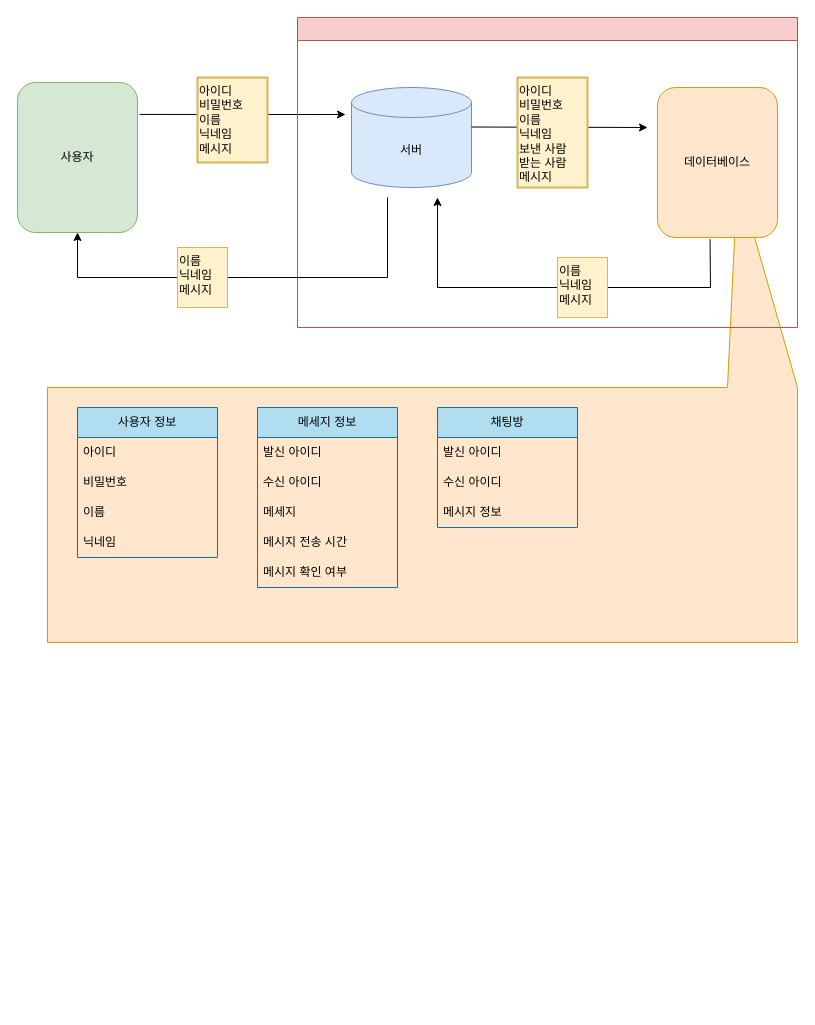
Earlier version of the draw.io diagram 채팅 다이어그램.drawio (jh051777/chat). Source tidied: cells renumbered, new cells numbered last; positions are measured from the earlier drawing's top-left corner, leaving out a move shared by most shapes. Both pictures are drawn from the tidied source at 100%, with x=0, y=0 at pixel (17, 17).
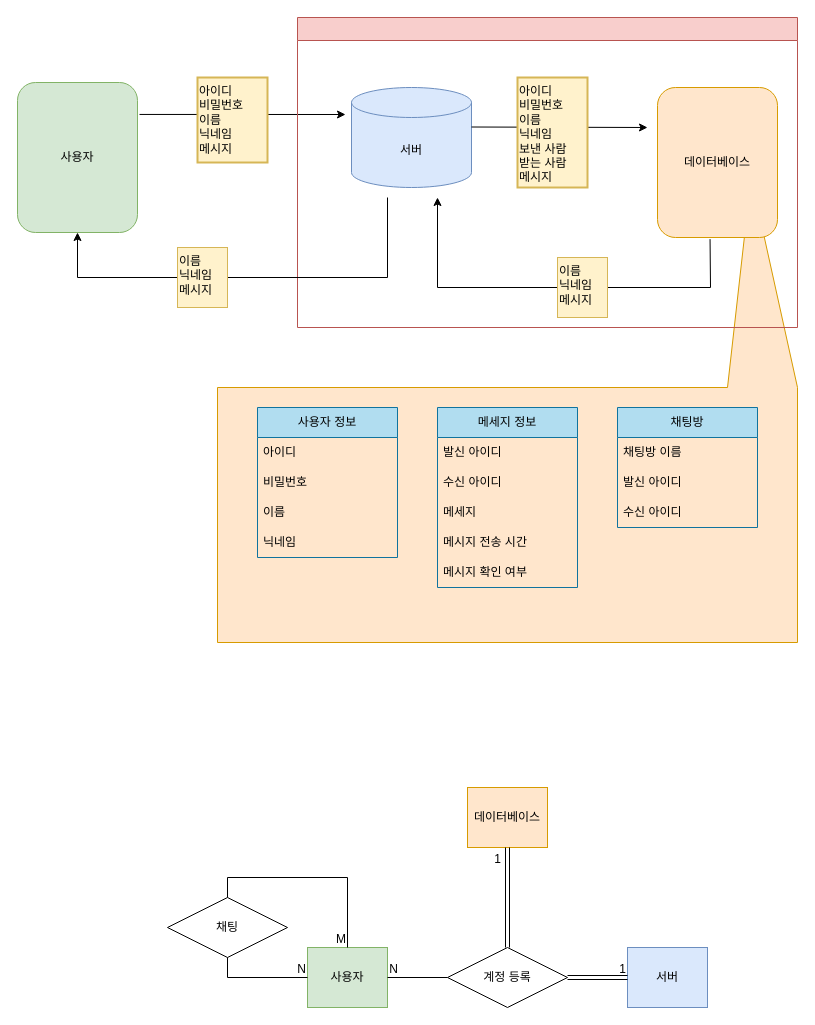
After the change.

Commit message:
채팅 다이어그램.drawio 업데이트

The edit, as a diff of the source:
```diff
@@
     <mxCell id="3" style="shape=callout;whiteSpace=wrap;html=1;perimeter=calloutPerimeter;direction=west;position2=0.08;size=210;position=0;fillColor=#ffe6cc;base=70;strokeColor=#d79b00;" parent="1" vertex="1">
-      <mxGeometry x="30" y="160" width="750" height="465" as="geometry" />
+      <mxGeometry x="200" y="160" width="580" height="465" as="geometry" />
     </mxCell>
@@
     <mxCell id="14" value="사용자 정보" style="swimlane;fontStyle=0;horizontal=1;startSize=30;whiteSpace=wrap;html=1;fillColor=#b1ddf0;strokeColor=#10739e;" parent="1" vertex="1">
-      <mxGeometry x="60" y="390" width="140" height="150" as="geometry" />
+      <mxGeometry x="240" y="390" width="140" height="150" as="geometry" />
     </mxCell>
@@
     <mxCell id="19" value="메세지 정보" style="swimlane;fontStyle=0;horizontal=1;startSize=30;whiteSpace=wrap;html=1;fillColor=#b1ddf0;strokeColor=#10739e;" parent="1" vertex="1">
-      <mxGeometry x="240" y="390" width="140" height="180" as="geometry" />
+      <mxGeometry x="420" y="390" width="140" height="180" as="geometry" />
     </mxCell>
@@
     <mxCell id="25" value="채팅방" style="swimlane;fontStyle=0;horizontal=1;startSize=30;whiteSpace=wrap;html=1;fillColor=#b1ddf0;strokeColor=#10739e;" parent="1" vertex="1">
-      <mxGeometry x="420" y="390" width="140" height="120" as="geometry" />
+      <mxGeometry x="600" y="390" width="140" height="120" as="geometry" />
     </mxCell>
+    <mxCell id="28" value="채팅방 이름" style="text;strokeColor=none;fillColor=none;align=left;verticalAlign=middle;spacingLeft=4;spacingRight=4;overflow=hidden;whiteSpace=wrap;html=1;" parent="25" vertex="1">
+      <mxGeometry y="30" width="140" height="30" as="geometry" />
+    </mxCell>
     <mxCell id="26" value="발신 아이디" style="text;strokeColor=none;fillColor=none;align=left;verticalAlign=middle;spacingLeft=4;spacingRight=4;overflow=hidden;whiteSpace=wrap;html=1;" parent="25" vertex="1">
-      <mxGeometry y="30" width="140" height="30" as="geometry" />
+      <mxGeometry y="60" width="140" height="30" as="geometry" />
     </mxCell>
     <mxCell id="27" value="수신 아이디" style="text;strokeColor=none;fillColor=none;align=left;verticalAlign=middle;spacingLeft=4;spacingRight=4;overflow=hidden;whiteSpace=wrap;html=1;" parent="25" vertex="1">
-      <mxGeometry y="60" width="140" height="30" as="geometry" />
+      <mxGeometry y="90" width="140" height="30" as="geometry" />
     </mxCell>
-    <mxCell id="28" value="메시지 정보" style="text;strokeColor=none;fillColor=none;align=left;verticalAlign=middle;spacingLeft=4;spacingRight=4;overflow=hidden;whiteSpace=wrap;html=1;" parent="25" vertex="1">
-      <mxGeometry y="90" width="140" height="30" as="geometry" />
-    </mxCell>
@@
+    <mxCell id="30" style="group;" parent="1" vertex="1">
+      <mxGeometry x="210" y="870" width="160" height="120" as="geometry" />
+    </mxCell>
+    <mxCell id="31" value="사용자" style="whiteSpace=wrap;html=1;align=center;fillColor=#d5e8d4;strokeColor=#82b366;" parent="30" vertex="1">
+      <mxGeometry x="80" y="60" width="80" height="60" as="geometry" />
+    </mxCell>
+    <mxCell id="32" value="채팅" style="shape=rhombus;perimeter=rhombusPerimeter;whiteSpace=wrap;html=1;align=center;" parent="1" vertex="1">
+      <mxGeometry x="150" y="880" width="120" height="60" as="geometry" />
+    </mxCell>
+    <mxCell id="33" style="endArrow=none;html=1;rounded=0;entryX=0;entryY=0.5;entryDx=0;entryDy=0;exitX=0.5;exitY=1;exitDx=0;exitDy=0;" parent="1" edge="1" source="32" target="31">
+      <mxGeometry relative="1" as="geometry">
+        <Array as="points">
+          <mxPoint x="210" y="960" />
+        </Array>
+      </mxGeometry>
+    </mxCell>
+    <mxCell id="34" value="N" style="html=1;whiteSpace=wrap;align=right;verticalAlign=bottom;" parent="33" vertex="1">
+      <mxGeometry x="1" relative="1" as="geometry" />
+    </mxCell>
+    <mxCell id="35" style="endArrow=none;html=1;rounded=0;exitX=0.5;exitY=0;exitDx=0;exitDy=0;entryX=0.5;entryY=0;entryDx=0;entryDy=0;" parent="1" edge="1" source="32" target="31">
+      <mxGeometry relative="1" as="geometry">
+        <Array as="points">
+          <mxPoint x="210" y="860" />
+          <mxPoint x="330" y="860" />
+        </Array>
+      </mxGeometry>
+    </mxCell>
+    <mxCell id="36" value="M" style="html=1;whiteSpace=wrap;align=right;verticalAlign=bottom;" parent="35" vertex="1">
+      <mxGeometry x="1" relative="1" as="geometry" />
+    </mxCell>
+    <mxCell id="37" value="서버" style="whiteSpace=wrap;html=1;align=center;fillColor=#dae8fc;strokeColor=#6c8ebf;" parent="1" vertex="1">
+      <mxGeometry x="610" y="930" width="80" height="60" as="geometry" />
+    </mxCell>
+    <mxCell id="38" value="계정 등록" style="shape=rhombus;perimeter=rhombusPerimeter;whiteSpace=wrap;html=1;align=center;" parent="1" vertex="1">
+      <mxGeometry x="430" y="930" width="120" height="60" as="geometry" />
+    </mxCell>
+    <mxCell id="39" value="데이터베이스" style="whiteSpace=wrap;html=1;align=center;fillColor=#ffe6cc;strokeColor=#d79b00;" parent="1" vertex="1">
+      <mxGeometry x="450" y="770" width="80" height="60" as="geometry" />
+    </mxCell>
+    <mxCell id="40" style="shape=link;html=1;rounded=0;entryX=0;entryY=0.5;entryDx=0;entryDy=0;exitX=1;exitY=0.5;exitDx=0;exitDy=0;" parent="1" edge="1" source="38" target="37">
+      <mxGeometry relative="1" as="geometry" />
+    </mxCell>
+    <mxCell id="41" value="1" style="html=1;whiteSpace=wrap;align=right;verticalAlign=bottom;" parent="40" vertex="1">
+      <mxGeometry x="1" relative="1" as="geometry" />
+    </mxCell>
+    <mxCell id="42" style="shape=link;html=1;rounded=0;entryX=0.5;entryY=1;entryDx=0;entryDy=0;exitX=0.5;exitY=0;exitDx=0;exitDy=0;" parent="1" edge="1" source="38" target="39">
+      <mxGeometry relative="1" as="geometry" />
+    </mxCell>
+    <mxCell id="43" value="1" style="html=1;whiteSpace=wrap;align=right;verticalAlign=bottom;" parent="42" vertex="1">
+      <mxGeometry x="1" relative="1" as="geometry">
+        <mxPoint x="-5" y="20" as="offset" />
+      </mxGeometry>
+    </mxCell>
+    <mxCell id="44" style="endArrow=none;html=1;rounded=0;entryX=1;entryY=0.5;entryDx=0;entryDy=0;exitX=0;exitY=0.5;exitDx=0;exitDy=0;" parent="1" edge="1" source="38" target="31">
+      <mxGeometry relative="1" as="geometry" />
+    </mxCell>
+    <mxCell id="45" value="N" style="html=1;whiteSpace=wrap;align=right;verticalAlign=bottom;" parent="44" vertex="1">
+      <mxGeometry x="1" relative="1" as="geometry">
+        <mxPoint x="12" as="offset" />
+      </mxGeometry>
+    </mxCell>
```
